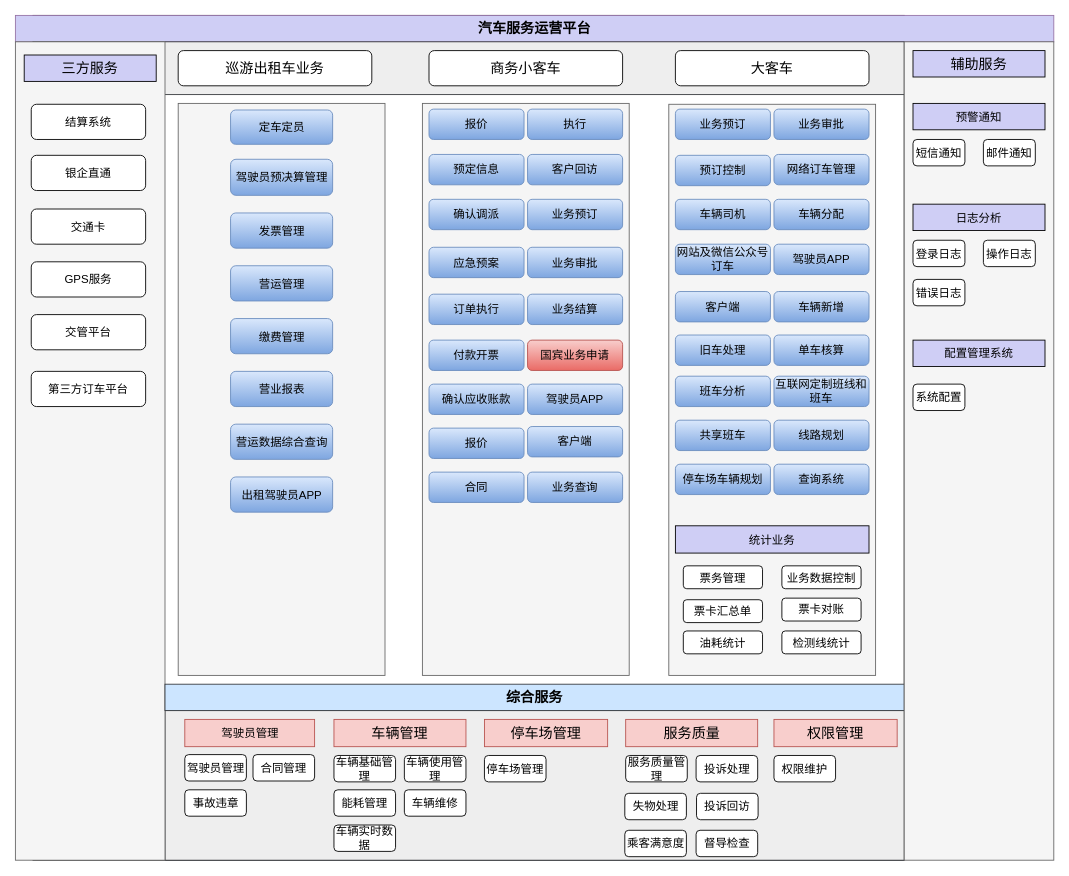
This is 汽车公司业务流程图.drawio from ammengke/my-drawio, a draw.io file, before an edit. Source tidied: cells renumbered, new cells numbered last; positions are measured from the earlier drawing's top-left corner, leaving out a move shared by most shapes. Both pictures are drawn from the tidied source at 88%, with x=0, y=0 at pixel (15, 15).
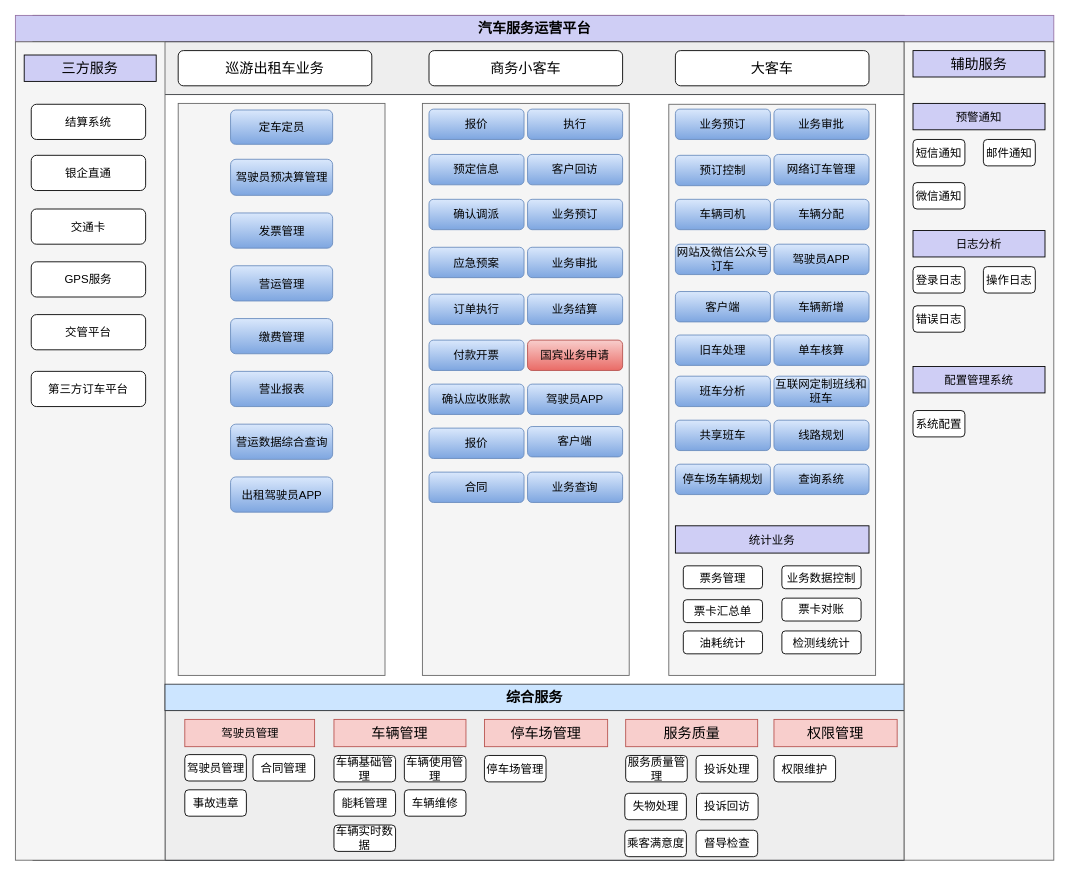
The same diagram, later.

Commit message:
更新汽车公司业务流程图.drawio

Change to the diagram source:
```diff
@@
     <mxCell id="98" value="日志分析" style="rounded=0;whiteSpace=wrap;html=1;fontSize=13;fillColor=#CFCEF5;" parent="1" vertex="1">
-      <mxGeometry x="1020" y="214.5" width="150" height="30" as="geometry" />
+      <mxGeometry x="1020" y="244.5" width="150" height="30" as="geometry" />
     </mxCell>
     <mxCell id="99" value="登录日志" style="rounded=1;whiteSpace=wrap;html=1;fontSize=13;" parent="1" vertex="1">
-      <mxGeometry x="1020" y="255.5" width="59" height="30" as="geometry" />
+      <mxGeometry x="1020" y="285.5" width="59" height="30" as="geometry" />
     </mxCell>
     <mxCell id="100" value="操作日志" style="rounded=1;whiteSpace=wrap;html=1;fontSize=13;" parent="1" vertex="1">
-      <mxGeometry x="1100" y="255.5" width="59" height="30" as="geometry" />
+      <mxGeometry x="1100" y="285.5" width="59" height="30" as="geometry" />
     </mxCell>
     <mxCell id="101" value="错误日志" style="rounded=1;whiteSpace=wrap;html=1;fontSize=13;" parent="1" vertex="1">
-      <mxGeometry x="1020" y="300" width="59" height="30" as="geometry" />
+      <mxGeometry x="1020" y="330" width="59" height="30" as="geometry" />
     </mxCell>
     <mxCell id="102" value="配置管理系统" style="rounded=0;whiteSpace=wrap;html=1;fontSize=13;fillColor=#CFCEF5;" parent="1" vertex="1">
-      <mxGeometry x="1020" y="369" width="150" height="30" as="geometry" />
+      <mxGeometry x="1020" y="399" width="150" height="30" as="geometry" />
     </mxCell>
     <mxCell id="103" value="系统配置" style="rounded=1;whiteSpace=wrap;html=1;fontSize=13;" parent="1" vertex="1">
-      <mxGeometry x="1020" y="419" width="59" height="30" as="geometry" />
+      <mxGeometry x="1020" y="449" width="59" height="30" as="geometry" />
     </mxCell>
+    <mxCell id="104" value="微信通知" style="rounded=1;whiteSpace=wrap;html=1;fontSize=13;" parent="1" vertex="1">
+      <mxGeometry x="1020" y="190" width="59" height="30" as="geometry" />
+    </mxCell>
```
